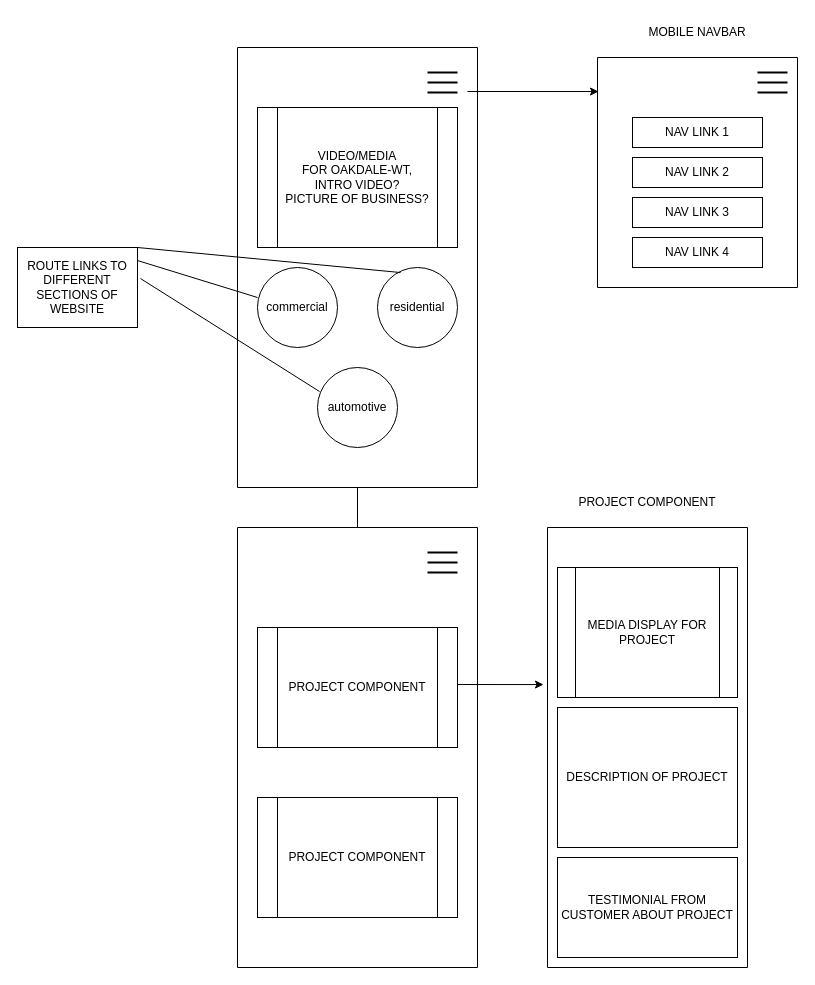
Before: oakdale-wt/src/mobileWireframe.drawio in DeanWilcoxson/client-projects, a draw.io diagram. Source tidied: cells renumbered, new cells numbered last; positions are measured from the earlier drawing's top-left corner, leaving out a move shared by most shapes. Both pictures are drawn from the tidied source at 100%, with x=0, y=0 at pixel (17, 17).
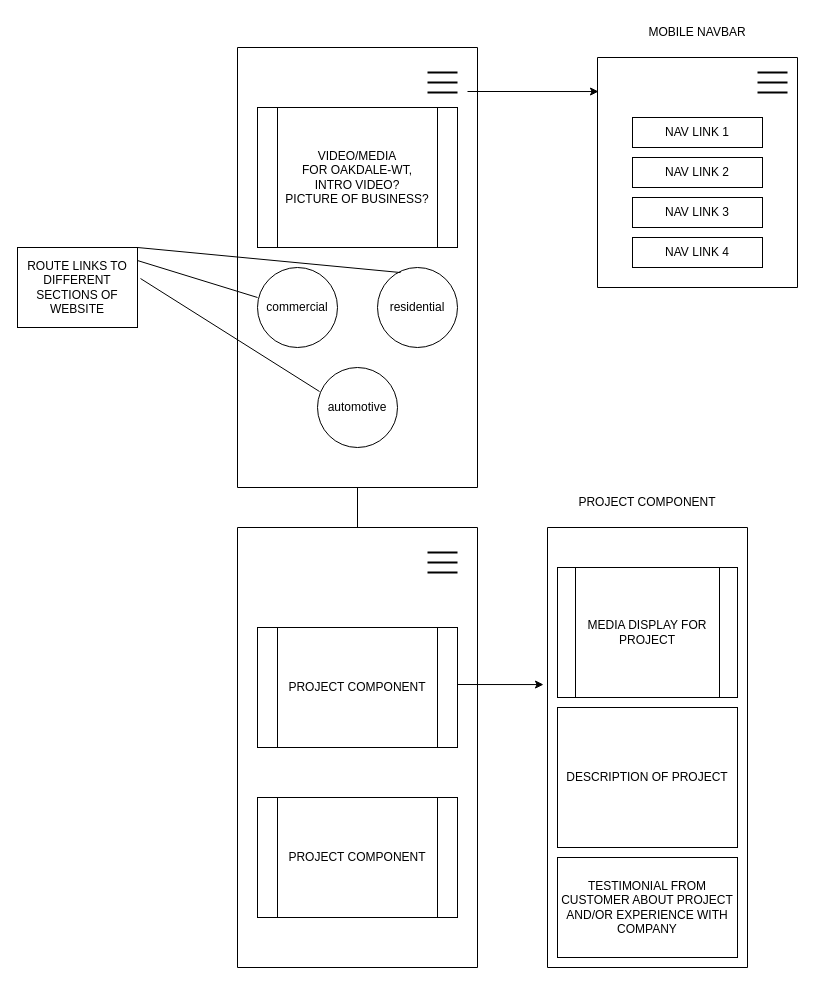
After the change.

The change refers to these unchanged cells:
```xml
<mxCell id="31" style="swimlane;startSize=0;" parent="1" vertex="1">
  <mxGeometry x="530" y="510" width="200" height="440" as="geometry" />
</mxCell>
```

What changed in the source:
```diff
@@
-    <mxCell id="34" value="TESTIMONIAL FROM CUSTOMER ABOUT PROJECT" style="rounded=0;whiteSpace=wrap;html=1;" parent="31" vertex="1">
+    <mxCell id="34" value="TESTIMONIAL FROM CUSTOMER ABOUT PROJECT AND/OR EXPERIENCE WITH COMPANY" style="rounded=0;whiteSpace=wrap;html=1;" parent="31" vertex="1">
       <mxGeometry x="10" y="330" width="180" height="100" as="geometry" />
     </mxCell>
```
